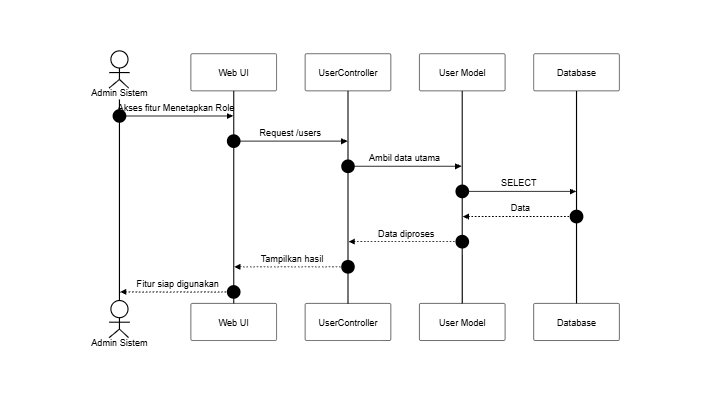
Earlier version of the Mermaid export docs/SequenceDiagram/PNG_Transparent/KelolaPengguna-MenetapkanRole.png (SulaimanHafi23/SimpegRSHDI). Its source is kept beside it as docs/SequenceDiagram/KelolaPengguna-MenetapkanRole.mermaid.
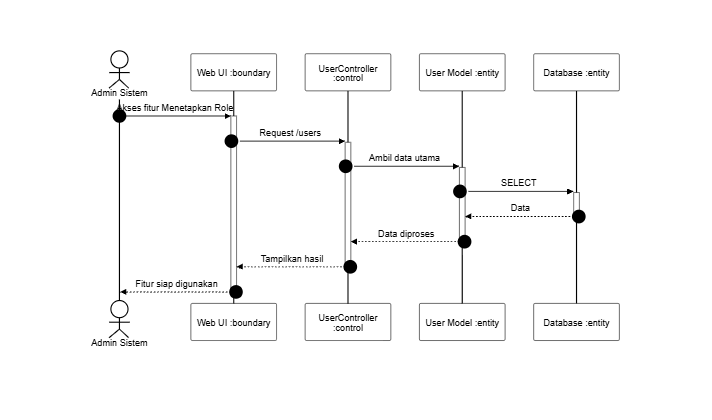
Later version of the same file.

What changed in the source:
```diff
@@ -2,16 +2,16 @@
 sequenceDiagram
     autonumber
     actor A as Admin Sistem
-    participant UI as Web UI
-    participant C as UserController
-    participant M as User Model
-    participant DB as Database
+    participant UI as Web UI :boundary
+    participant C as UserController :control
+    participant M as User Model :entity
+    participant DB as Database :entity
 
-    A->>UI: Akses fitur Menetapkan Role
-    UI->>C: Request /users
-    C->>M: Ambil data utama
-    M->>DB: SELECT
-    DB-->>M: Data
-    M-->>C: Data diproses
-    C-->>UI: Tampilkan hasil
-    UI-->>A: Fitur siap digunakan
+    A->>+UI: Akses fitur Menetapkan Role
+    UI->>+C: Request /users
+    C->>+M: Ambil data utama
+    M->>+DB: SELECT
+    DB-->>-M: Data
+    M-->>-C: Data diproses
+    C-->>-UI: Tampilkan hasil
+    UI-->>-A: Fitur siap digunakan
```
